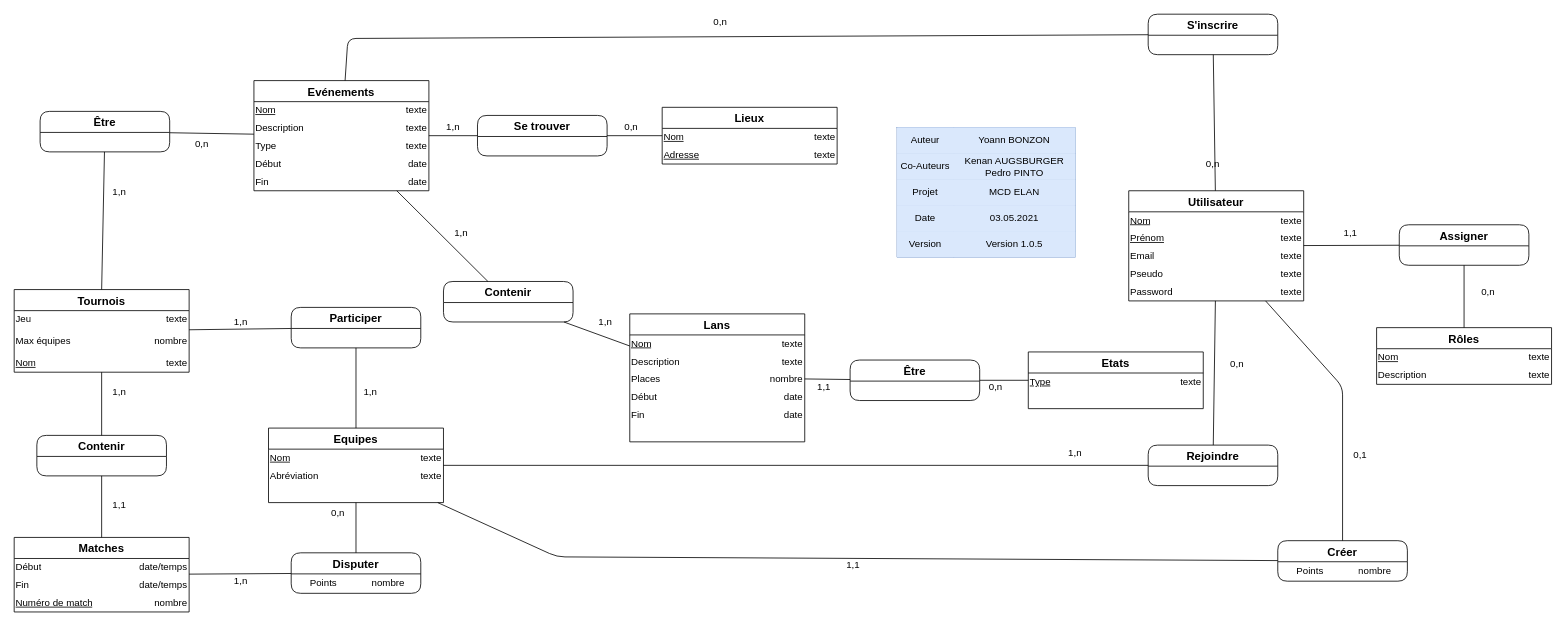
This is DOC/MCD.drawio from yovatar/E-LAN, a draw.io file, before an edit. Source tidied: cells renumbered, new cells numbered last; positions are measured from the earlier drawing's top-left corner, leaving out a move shared by most shapes. Both pictures are drawn from the tidied source at 81%, with x=0, y=0 at pixel (14, 14).
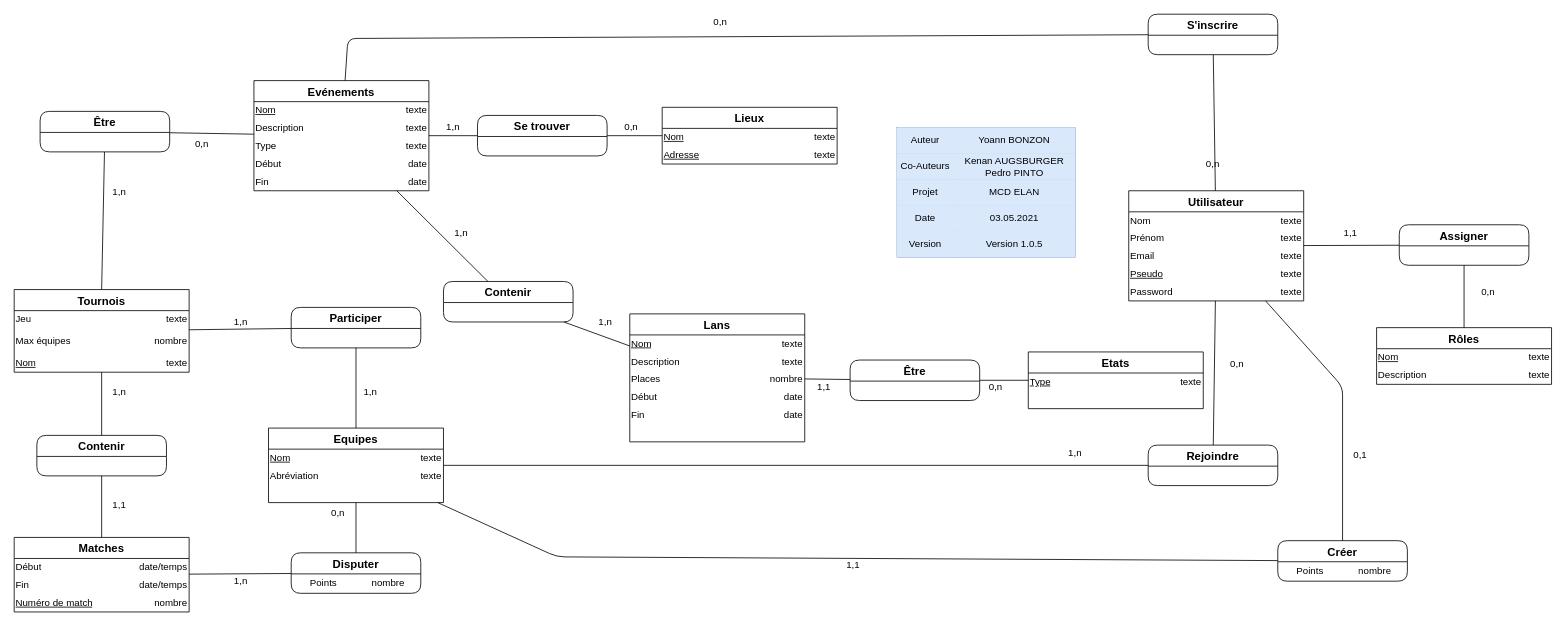
After the change.

Commit message:
changed natural identifier to pseudo

Unchanged cells that the change refers to:
```xml
<mxCell id="17" style="shape=partialRectangle;html=1;whiteSpace=wrap;fillColor=none;top=0;left=0;bottom=0;right=0;" parent="16" vertex="1">
  <mxGeometry width="216" height="22" as="geometry" />
</mxCell>
<mxCell id="20" style="shape=partialRectangle;html=1;whiteSpace=wrap;fillColor=none;top=0;left=0;bottom=0;right=0;" parent="16" vertex="1">
  <mxGeometry y="22" width="216" height="22" as="geometry" />
</mxCell>
<mxCell id="26" style="shape=partialRectangle;html=1;whiteSpace=wrap;fillColor=none;top=0;left=0;bottom=0;right=0;" parent="16" vertex="1">
  <mxGeometry y="66" width="216" height="22" as="geometry" />
</mxCell>
```

Diff of the diagram source:
```diff
@@
-    <mxCell id="18" value="Nom" style="shape=partialRectangle;html=1;whiteSpace=wrap;fillColor=none;top=0;left=0;bottom=0;right=0;overflow=hidden;strokeColor=none;align=left;fontStyle=4;" parent="17" vertex="1">
+    <mxCell id="18" value="Nom" style="shape=partialRectangle;html=1;whiteSpace=wrap;fillColor=none;top=0;left=0;bottom=0;right=0;overflow=hidden;strokeColor=none;align=left;fontStyle=0;" parent="17" vertex="1">
       <mxGeometry width="108" height="22" as="geometry" />
     </mxCell>
@@
-    <mxCell id="21" value="&lt;u&gt;Prénom&lt;/u&gt;" style="shape=partialRectangle;html=1;whiteSpace=wrap;fillColor=none;top=0;left=0;bottom=0;right=0;overflow=hidden;align=left;" parent="20" vertex="1">
+    <mxCell id="21" value="&lt;span&gt;Prénom&lt;/span&gt;" style="shape=partialRectangle;html=1;whiteSpace=wrap;fillColor=none;top=0;left=0;bottom=0;right=0;overflow=hidden;align=left;fontStyle=0;" parent="20" vertex="1">
       <mxGeometry width="108" height="22" as="geometry" />
     </mxCell>
@@
-    <mxCell id="27" value="Pseudo" style="shape=partialRectangle;html=1;whiteSpace=wrap;fillColor=none;top=0;left=0;bottom=0;right=0;overflow=hidden;align=left;" parent="26" vertex="1">
+    <mxCell id="27" value="Pseudo" style="shape=partialRectangle;html=1;whiteSpace=wrap;fillColor=none;top=0;left=0;bottom=0;right=0;overflow=hidden;align=left;fontStyle=4;" parent="26" vertex="1">
       <mxGeometry width="108" height="22" as="geometry" />
     </mxCell>
```
